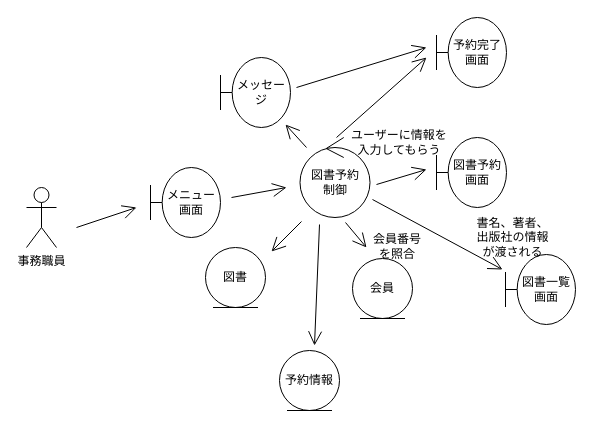
Above: roba_01.drawio in mameiku/group3-4-No.2 (draw.io), before the change. Source tidied: cells renumbered, new cells numbered last; positions are measured from the earlier drawing's top-left corner, leaving out a move shared by most shapes. Both pictures are drawn from the tidied source at 100%, with x=0, y=0 at pixel (26, 17).
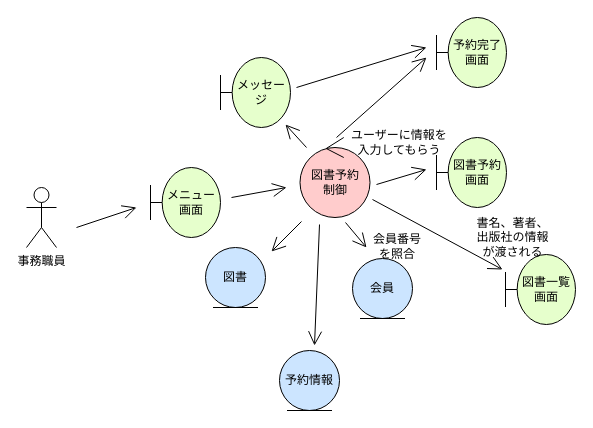
Above is the later version.

Change to the diagram source:
```diff
@@
-    <mxCell id="3" value="メニュー画面" style="shape=umlBoundary;whiteSpace=wrap;html=1;" parent="1" vertex="1">
+    <mxCell id="3" value="メニュー画面" style="shape=umlBoundary;whiteSpace=wrap;html=1;fillColor=#E6FFCC;" parent="1" vertex="1">
       <mxGeometry x="124" y="150" width="70" height="70" as="geometry" />
     </mxCell>
-    <mxCell id="4" value="図書予約&lt;div&gt;制御&lt;/div&gt;" style="ellipse;shape=umlControl;whiteSpace=wrap;html=1;" parent="1" vertex="1">
+    <mxCell id="4" value="図書予約&lt;div&gt;制御&lt;/div&gt;" style="ellipse;shape=umlControl;whiteSpace=wrap;html=1;fillColor=#FFCCCC;" parent="1" vertex="1">
       <mxGeometry x="273.5" y="120" width="70" height="80" as="geometry" />
     </mxCell>
-    <mxCell id="5" value="会員" style="ellipse;shape=umlEntity;whiteSpace=wrap;html=1;" parent="1" vertex="1">
+    <mxCell id="5" value="会員" style="ellipse;shape=umlEntity;whiteSpace=wrap;html=1;fillColor=#CCE5FF;" parent="1" vertex="1">
       <mxGeometry x="326" y="241" width="60" height="60" as="geometry" />
     </mxCell>
-    <mxCell id="6" value="図書予約画面" style="shape=umlBoundary;whiteSpace=wrap;html=1;" parent="1" vertex="1">
+    <mxCell id="6" value="図書予約画面" style="shape=umlBoundary;whiteSpace=wrap;html=1;fillColor=#E6FFCC;" parent="1" vertex="1">
       <mxGeometry x="410" y="120" width="70" height="70" as="geometry" />
     </mxCell>
-    <mxCell id="7" value="メッセージ" style="shape=umlBoundary;whiteSpace=wrap;html=1;" parent="1" vertex="1">
+    <mxCell id="7" value="メッセージ" style="shape=umlBoundary;whiteSpace=wrap;html=1;fillColor=#E6FFCC;" parent="1" vertex="1">
       <mxGeometry x="194" y="40" width="70" height="70" as="geometry" />
     </mxCell>
-    <mxCell id="8" value="図書一覧画面" style="shape=umlBoundary;whiteSpace=wrap;html=1;" parent="1" vertex="1">
+    <mxCell id="8" value="図書一覧画面" style="shape=umlBoundary;whiteSpace=wrap;html=1;fillColor=#E6FFCC;" parent="1" vertex="1">
       <mxGeometry x="479" y="237" width="70" height="70" as="geometry" />
     </mxCell>
-    <mxCell id="9" value="予約完了画面" style="shape=umlBoundary;whiteSpace=wrap;html=1;" parent="1" vertex="1">
+    <mxCell id="9" value="予約完了画面" style="shape=umlBoundary;whiteSpace=wrap;html=1;fillColor=#E6FFCC;" parent="1" vertex="1">
       <mxGeometry x="410" width="70" height="70" as="geometry" />
     </mxCell>
-    <mxCell id="10" value="予約情報" style="ellipse;shape=umlEntity;whiteSpace=wrap;html=1;" parent="1" vertex="1">
+    <mxCell id="10" value="予約情報" style="ellipse;shape=umlEntity;whiteSpace=wrap;html=1;fillColor=#CCE5FF;" parent="1" vertex="1">
       <mxGeometry x="253" y="333" width="60" height="60" as="geometry" />
     </mxCell>
-    <mxCell id="11" value="図書" style="ellipse;shape=umlEntity;whiteSpace=wrap;html=1;" parent="1" vertex="1">
+    <mxCell id="11" value="図書" style="ellipse;shape=umlEntity;whiteSpace=wrap;html=1;fillColor=#CCE5FF;" parent="1" vertex="1">
       <mxGeometry x="179" y="230" width="60" height="60" as="geometry" />
     </mxCell>
```
